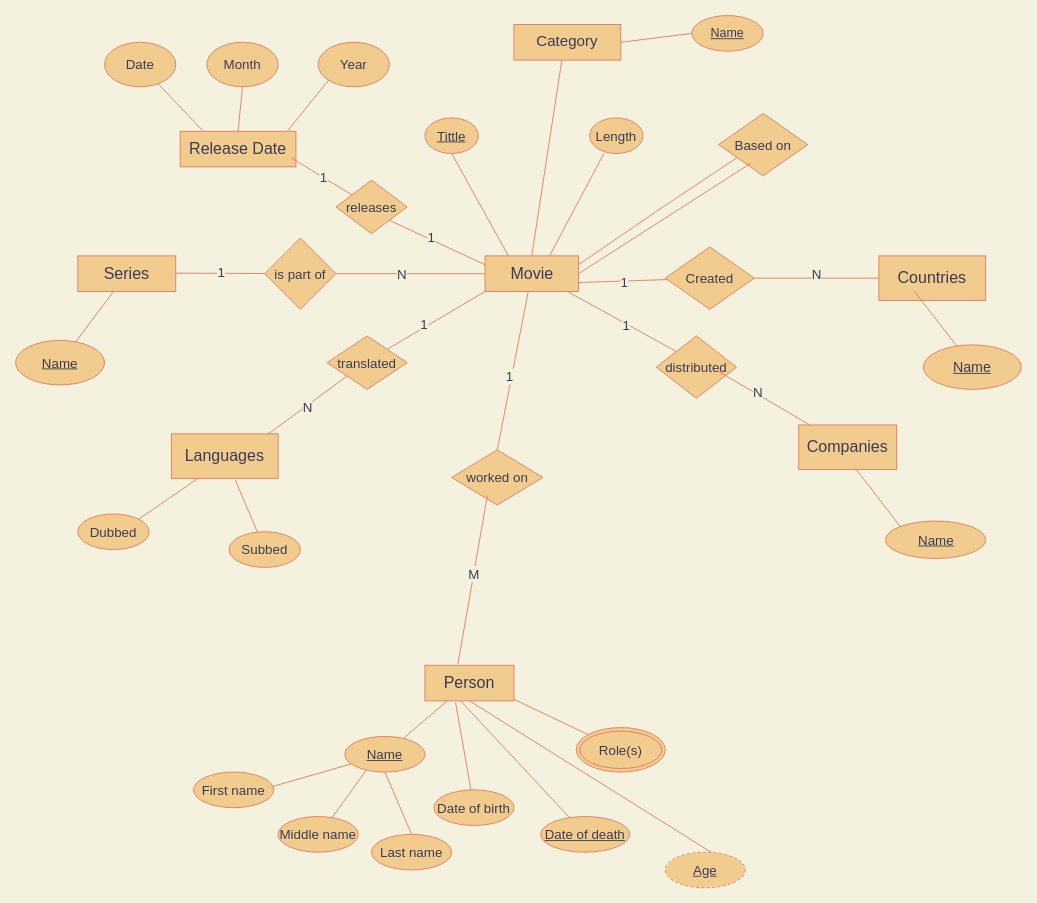
Above: Database Entity-relationship model.drawio in anniehuynh/Database-Entity-relationship-model (draw.io), before the change. Source tidied: cells renumbered, new cells numbered last; positions are measured from the earlier drawing's top-left corner, leaving out a move shared by most shapes. Both pictures are drawn from the tidied source at 89%, with x=0, y=0 at pixel (15, 15).
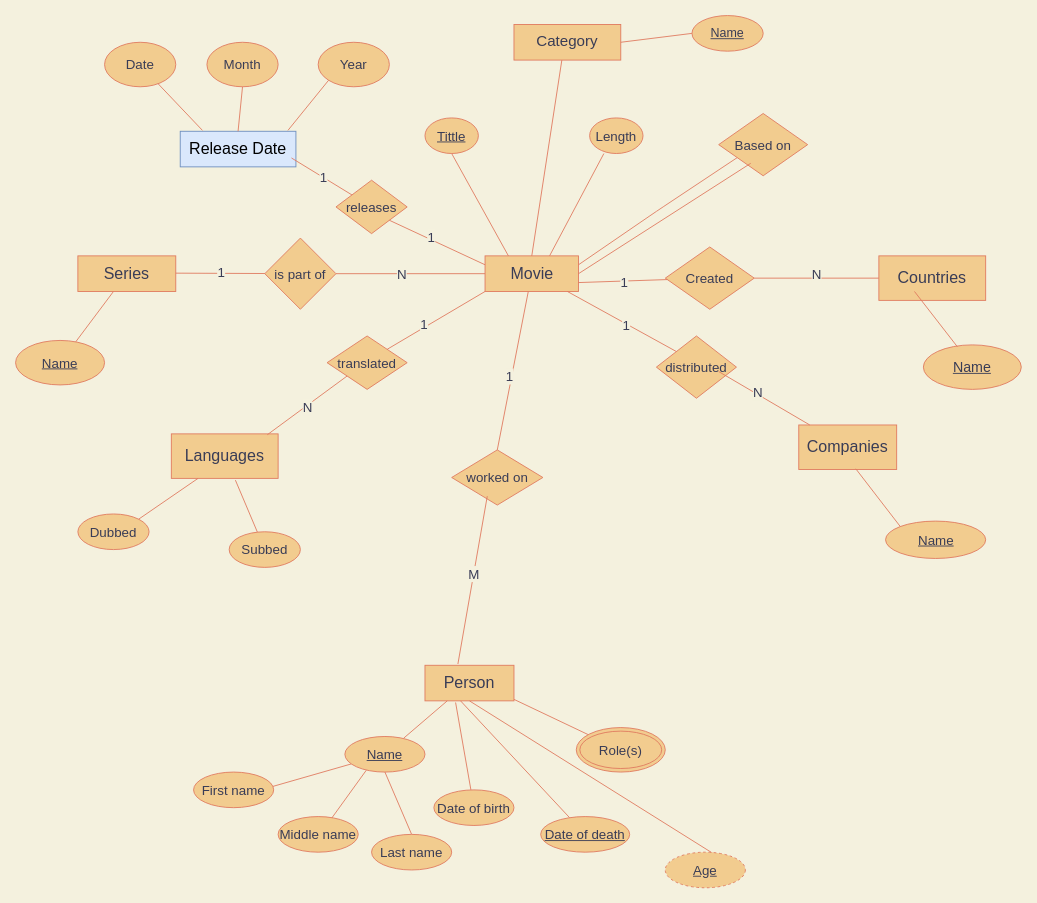
The same diagram, later.

Change to the diagram source:
```diff
@@
-    <mxCell id="3" value="&lt;font style=&quot;font-size: 18px&quot;&gt;Release Date&lt;/font&gt;" style="rounded=0;whiteSpace=wrap;html=1;fillColor=#F2CC8F;strokeColor=#E07A5F;fontColor=#393C56;" parent="1" vertex="1">
+    <mxCell id="3" value="&lt;font style=&quot;font-size: 18px&quot;&gt;Release Date&lt;/font&gt;" style="rounded=0;whiteSpace=wrap;html=1;fillColor=#dae8fc;strokeColor=#6c8ebf;" parent="1" vertex="1">
       <mxGeometry x="185" y="130" width="130" height="40" as="geometry" />
     </mxCell>
```
